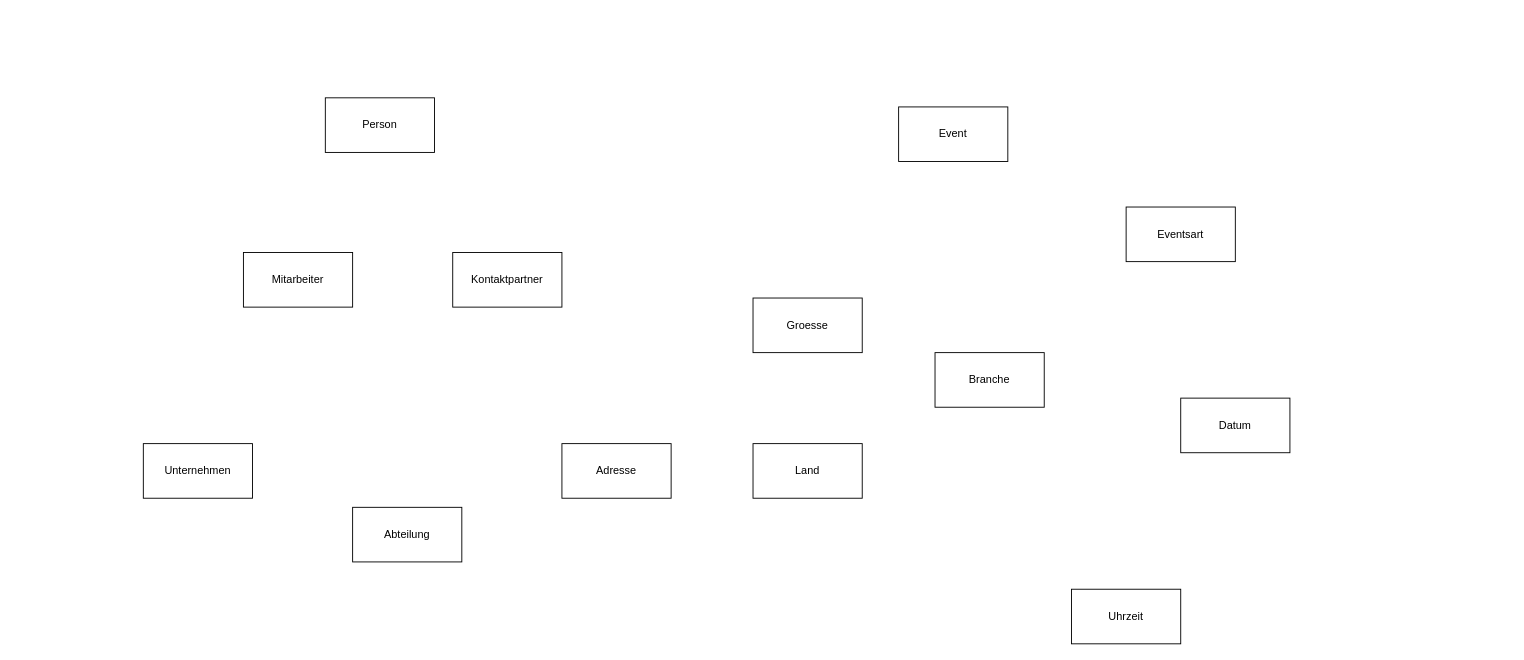
Meishencorona1/Calcy keeps this draw.io diagram as Untitled Diagram.drawio. Above is the earlier version. Source tidied: cells renumbered, new cells numbered last; positions are measured from the earlier drawing's top-left corner, leaving out a move shared by most shapes. Both pictures are drawn from the tidied source at 91%, with x=0, y=0 at pixel (143, 97).
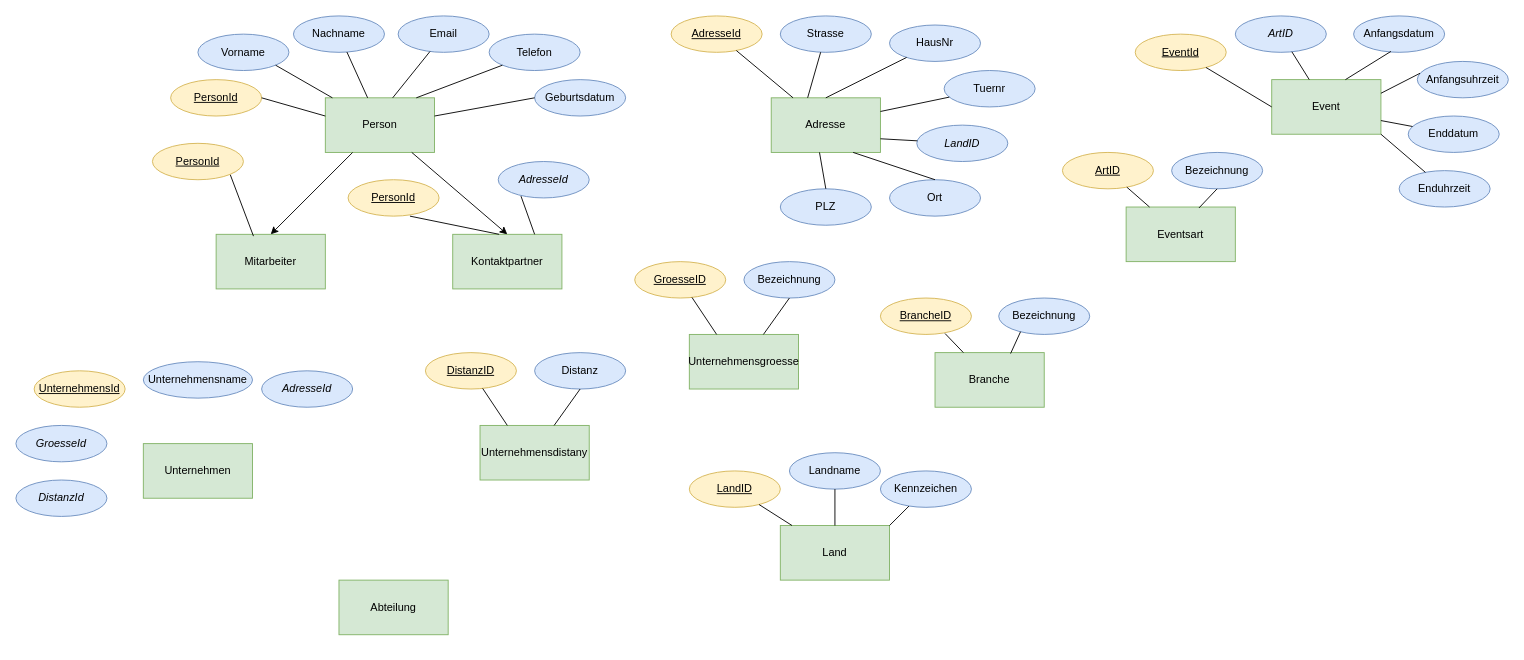
After the change.

What changed in the source:
```diff
@@
-    <mxCell id="2" value="Person" style="rounded=0;whiteSpace=wrap;html=1;" parent="1" vertex="1">
+    <mxCell id="2" value="Person" style="rounded=0;whiteSpace=wrap;html=1;fillColor=#d5e8d4;strokeColor=#82b366;" parent="1" vertex="1">
       <mxGeometry x="200" width="120" height="60" as="geometry" />
     </mxCell>
-    <mxCell id="3" value="Mitarbeiter" style="rounded=0;whiteSpace=wrap;html=1;" parent="1" vertex="1">
-      <mxGeometry x="110" y="170" width="120" height="60" as="geometry" />
+    <mxCell id="3" value="Mitarbeiter" style="rounded=0;whiteSpace=wrap;html=1;fillColor=#d5e8d4;strokeColor=#82b366;" parent="1" vertex="1">
+      <mxGeometry x="80" y="150" width="120" height="60" as="geometry" />
     </mxCell>
-    <mxCell id="4" value="Unternehmen" style="rounded=0;whiteSpace=wrap;html=1;" parent="1" vertex="1">
+    <mxCell id="4" value="Unternehmen" style="rounded=0;whiteSpace=wrap;html=1;fillColor=#d5e8d4;strokeColor=#82b366;" parent="1" vertex="1">
       <mxGeometry y="380" width="120" height="60" as="geometry" />
     </mxCell>
-    <mxCell id="5" value="Kontaktpartner" style="rounded=0;whiteSpace=wrap;html=1;" parent="1" vertex="1">
-      <mxGeometry x="340" y="170" width="120" height="60" as="geometry" />
+    <mxCell id="5" value="Kontaktpartner" style="rounded=0;whiteSpace=wrap;html=1;fillColor=#d5e8d4;strokeColor=#82b366;" parent="1" vertex="1">
+      <mxGeometry x="340" y="150" width="120" height="60" as="geometry" />
     </mxCell>
-    <mxCell id="6" value="Abteilung" style="whiteSpace=wrap;html=1;" parent="1" vertex="1">
-      <mxGeometry x="230" y="450" width="120" height="60" as="geometry" />
+    <mxCell id="6" value="Abteilung" style="whiteSpace=wrap;html=1;fillColor=#d5e8d4;strokeColor=#82b366;" parent="1" vertex="1">
+      <mxGeometry x="215" y="530" width="120" height="60" as="geometry" />
     </mxCell>
-    <mxCell id="7" value="Adresse" style="whiteSpace=wrap;html=1;" parent="1" vertex="1">
-      <mxGeometry x="460" y="380" width="120" height="60" as="geometry" />
+    <mxCell id="7" value="Adresse" style="whiteSpace=wrap;html=1;fillColor=#d5e8d4;strokeColor=#82b366;" parent="1" vertex="1">
+      <mxGeometry x="690" width="120" height="60" as="geometry" />
     </mxCell>
-    <mxCell id="8" value="Land" style="whiteSpace=wrap;html=1;" parent="1" vertex="1">
-      <mxGeometry x="670" y="380" width="120" height="60" as="geometry" />
+    <mxCell id="8" value="Land" style="whiteSpace=wrap;html=1;fillColor=#d5e8d4;strokeColor=#82b366;" parent="1" vertex="1">
+      <mxGeometry x="700" y="470" width="120" height="60" as="geometry" />
     </mxCell>
-    <mxCell id="9" value="Branche" style="whiteSpace=wrap;html=1;" parent="1" vertex="1">
+    <mxCell id="9" value="Branche" style="whiteSpace=wrap;html=1;fillColor=#d5e8d4;strokeColor=#82b366;" parent="1" vertex="1">
       <mxGeometry x="870" y="280" width="120" height="60" as="geometry" />
     </mxCell>
-    <mxCell id="10" value="Groesse" style="whiteSpace=wrap;html=1;" parent="1" vertex="1">
-      <mxGeometry x="670" y="220" width="120" height="60" as="geometry" />
+    <mxCell id="10" value="Unternehmensgroesse" style="whiteSpace=wrap;html=1;fillColor=#d5e8d4;strokeColor=#82b366;" parent="1" vertex="1">
+      <mxGeometry x="600" y="260" width="120" height="60" as="geometry" />
     </mxCell>
-    <mxCell id="11" value="Event" style="whiteSpace=wrap;html=1;" parent="1" vertex="1">
-      <mxGeometry x="830" y="10" width="120" height="60" as="geometry" />
+    <mxCell id="11" value="Event" style="whiteSpace=wrap;html=1;fillColor=#d5e8d4;strokeColor=#82b366;" parent="1" vertex="1">
+      <mxGeometry x="1240" y="-20" width="120" height="60" as="geometry" />
     </mxCell>
-    <mxCell id="12" value="Eventsart" style="whiteSpace=wrap;html=1;" parent="1" vertex="1">
+    <mxCell id="12" value="Eventsart" style="whiteSpace=wrap;html=1;fillColor=#d5e8d4;strokeColor=#82b366;" parent="1" vertex="1">
       <mxGeometry x="1080" y="120" width="120" height="60" as="geometry" />
     </mxCell>
-    <mxCell id="13" value="Datum" style="whiteSpace=wrap;html=1;" parent="1" vertex="1">
-      <mxGeometry x="1140" y="330" width="120" height="60" as="geometry" />
-    </mxCell>
-    <mxCell id="14" value="Uhrzeit" style="whiteSpace=wrap;html=1;" parent="1" vertex="1">
-      <mxGeometry x="1020" y="540" width="120" height="60" as="geometry" />
-    </mxCell>
+    <mxCell id="15" value="&lt;u&gt;PersonId&lt;/u&gt;" style="ellipse;whiteSpace=wrap;html=1;fillColor=#fff2cc;strokeColor=#d6b656;" parent="1" vertex="1">
+      <mxGeometry x="30" y="-20" width="100" height="40" as="geometry" />
+    </mxCell>
+    <mxCell id="16" value="Vorname" style="ellipse;whiteSpace=wrap;html=1;fillColor=#dae8fc;strokeColor=#6c8ebf;" parent="1" vertex="1">
+      <mxGeometry x="60" y="-70" width="100" height="40" as="geometry" />
+    </mxCell>
+    <mxCell id="17" value="Nachname" style="ellipse;whiteSpace=wrap;html=1;fillColor=#dae8fc;strokeColor=#6c8ebf;" parent="1" vertex="1">
+      <mxGeometry x="165" y="-90" width="100" height="40" as="geometry" />
+    </mxCell>
+    <mxCell id="18" value="&lt;u&gt;PersonId&lt;/u&gt;" style="ellipse;whiteSpace=wrap;html=1;fillColor=#fff2cc;strokeColor=#d6b656;" parent="1" vertex="1">
+      <mxGeometry x="225" y="90" width="100" height="40" as="geometry" />
+    </mxCell>
+    <mxCell id="19" value="Email" style="ellipse;whiteSpace=wrap;html=1;fillColor=#dae8fc;strokeColor=#6c8ebf;" parent="1" vertex="1">
+      <mxGeometry x="280" y="-90" width="100" height="40" as="geometry" />
+    </mxCell>
+    <mxCell id="20" value="Telefon" style="ellipse;whiteSpace=wrap;html=1;fillColor=#dae8fc;strokeColor=#6c8ebf;" parent="1" vertex="1">
+      <mxGeometry x="380" y="-70" width="100" height="40" as="geometry" />
+    </mxCell>
+    <mxCell id="21" value="Geburtsdatum" style="ellipse;whiteSpace=wrap;html=1;fillColor=#dae8fc;strokeColor=#6c8ebf;" parent="1" vertex="1">
+      <mxGeometry x="430" y="-20" width="100" height="40" as="geometry" />
+    </mxCell>
+    <mxCell id="22" value="&lt;i&gt;AdresseId&lt;/i&gt;" style="ellipse;whiteSpace=wrap;html=1;fillColor=#dae8fc;strokeColor=#6c8ebf;" parent="1" vertex="1">
+      <mxGeometry x="390" y="70" width="100" height="40" as="geometry" />
+    </mxCell>
+    <mxCell id="23" style="endArrow=none;html=1;rounded=0;exitX=1;exitY=0.5;exitDx=0;exitDy=0;" parent="1" edge="1" source="15">
+      <mxGeometry relative="1" as="geometry">
+        <mxPoint x="200" y="20" as="targetPoint" />
+      </mxGeometry>
+    </mxCell>
+    <mxCell id="24" style="endArrow=none;html=1;rounded=0;exitX=1;exitY=1;exitDx=0;exitDy=0;" parent="1" edge="1" source="16" target="2">
+      <mxGeometry relative="1" as="geometry" />
+    </mxCell>
+    <mxCell id="25" style="endArrow=none;html=1;rounded=0;" parent="1" edge="1" source="17" target="2">
+      <mxGeometry relative="1" as="geometry" />
+    </mxCell>
+    <mxCell id="26" style="endArrow=none;html=1;rounded=0;entryX=0.617;entryY=0;entryDx=0;entryDy=0;entryPerimeter=0;" parent="1" edge="1" source="19" target="2">
+      <mxGeometry relative="1" as="geometry" />
+    </mxCell>
+    <mxCell id="27" style="endArrow=none;html=1;rounded=0;entryX=0;entryY=1;entryDx=0;entryDy=0;" parent="1" edge="1" target="20">
+      <mxGeometry relative="1" as="geometry">
+        <mxPoint x="300" as="sourcePoint" />
+      </mxGeometry>
+    </mxCell>
+    <mxCell id="28" style="endArrow=none;html=1;rounded=0;entryX=0;entryY=0.5;entryDx=0;entryDy=0;" parent="1" edge="1" target="21">
+      <mxGeometry relative="1" as="geometry">
+        <mxPoint x="320" y="20" as="sourcePoint" />
+      </mxGeometry>
+    </mxCell>
+    <mxCell id="29" value="&lt;u&gt;AdresseId&lt;/u&gt;" style="ellipse;whiteSpace=wrap;html=1;fillColor=#fff2cc;strokeColor=#d6b656;" parent="1" vertex="1">
+      <mxGeometry x="580" y="-90" width="100" height="40" as="geometry" />
+    </mxCell>
+    <mxCell id="30" value="Strasse" style="ellipse;whiteSpace=wrap;html=1;fillColor=#dae8fc;strokeColor=#6c8ebf;" parent="1" vertex="1">
+      <mxGeometry x="700" y="-90" width="100" height="40" as="geometry" />
+    </mxCell>
+    <mxCell id="31" value="HausNr" style="ellipse;whiteSpace=wrap;html=1;fillColor=#dae8fc;strokeColor=#6c8ebf;" parent="1" vertex="1">
+      <mxGeometry x="820" y="-80" width="100" height="40" as="geometry" />
+    </mxCell>
+    <mxCell id="32" value="Tuernr" style="ellipse;whiteSpace=wrap;html=1;fillColor=#dae8fc;strokeColor=#6c8ebf;" parent="1" vertex="1">
+      <mxGeometry x="880" y="-30" width="100" height="40" as="geometry" />
+    </mxCell>
+    <mxCell id="33" value="PLZ" style="ellipse;whiteSpace=wrap;html=1;fillColor=#dae8fc;strokeColor=#6c8ebf;" parent="1" vertex="1">
+      <mxGeometry x="700" y="100" width="100" height="40" as="geometry" />
+    </mxCell>
+    <mxCell id="34" value="Ort" style="ellipse;whiteSpace=wrap;html=1;fillColor=#dae8fc;strokeColor=#6c8ebf;" parent="1" vertex="1">
+      <mxGeometry x="820" y="90" width="100" height="40" as="geometry" />
+    </mxCell>
+    <mxCell id="35" value="&lt;i&gt;LandID&lt;/i&gt;" style="ellipse;whiteSpace=wrap;html=1;fillColor=#dae8fc;strokeColor=#6c8ebf;" parent="1" vertex="1">
+      <mxGeometry x="850" y="30" width="100" height="40" as="geometry" />
+    </mxCell>
+    <mxCell id="36" value="&lt;u&gt;GroesseID&lt;/u&gt;" style="ellipse;whiteSpace=wrap;html=1;fillColor=#fff2cc;strokeColor=#d6b656;" parent="1" vertex="1">
+      <mxGeometry x="540" y="180" width="100" height="40" as="geometry" />
+    </mxCell>
+    <mxCell id="37" value="Bezeichnung" style="ellipse;whiteSpace=wrap;html=1;fillColor=#dae8fc;strokeColor=#6c8ebf;" parent="1" vertex="1">
+      <mxGeometry x="660" y="180" width="100" height="40" as="geometry" />
+    </mxCell>
+    <mxCell id="38" style="endArrow=none;html=1;rounded=0;" parent="1" edge="1" source="7" target="29">
+      <mxGeometry relative="1" as="geometry" />
+    </mxCell>
+    <mxCell id="39" style="endArrow=none;html=1;rounded=0;" parent="1" edge="1" target="30">
+      <mxGeometry relative="1" as="geometry">
+        <mxPoint x="730" as="sourcePoint" />
+      </mxGeometry>
+    </mxCell>
+    <mxCell id="40" style="endArrow=none;html=1;rounded=0;exitX=0.5;exitY=0;exitDx=0;exitDy=0;" parent="1" edge="1" source="7" target="31">
+      <mxGeometry relative="1" as="geometry" />
+    </mxCell>
+    <mxCell id="41" style="endArrow=none;html=1;rounded=0;exitX=1;exitY=0.25;exitDx=0;exitDy=0;" parent="1" edge="1" source="7" target="32">
+      <mxGeometry relative="1" as="geometry" />
+    </mxCell>
+    <mxCell id="42" style="endArrow=none;html=1;rounded=0;entryX=1;entryY=0.75;entryDx=0;entryDy=0;" parent="1" edge="1" source="35" target="7">
+      <mxGeometry relative="1" as="geometry" />
+    </mxCell>
+    <mxCell id="43" style="endArrow=none;html=1;rounded=0;exitX=0.5;exitY=0;exitDx=0;exitDy=0;entryX=0.442;entryY=1;entryDx=0;entryDy=0;entryPerimeter=0;" parent="1" edge="1" source="33" target="7">
+      <mxGeometry relative="1" as="geometry" />
+    </mxCell>
+    <mxCell id="44" style="endArrow=none;html=1;rounded=0;exitX=0.5;exitY=0;exitDx=0;exitDy=0;entryX=0.75;entryY=1;entryDx=0;entryDy=0;" parent="1" edge="1" source="34" target="7">
+      <mxGeometry relative="1" as="geometry" />
+    </mxCell>
+    <mxCell id="45" style="endArrow=none;html=1;rounded=0;exitX=0.25;exitY=0;exitDx=0;exitDy=0;" parent="1" edge="1" source="10" target="36">
+      <mxGeometry relative="1" as="geometry" />
+    </mxCell>
+    <mxCell id="46" style="endArrow=none;html=1;rounded=0;entryX=0.5;entryY=1;entryDx=0;entryDy=0;" parent="1" edge="1" source="10" target="37">
+      <mxGeometry relative="1" as="geometry" />
+    </mxCell>
+    <mxCell id="47" style="endArrow=none;html=1;rounded=0;entryX=1;entryY=1;entryDx=0;entryDy=0;exitX=0.342;exitY=0.033;exitDx=0;exitDy=0;exitPerimeter=0;" parent="1" edge="1" source="3">
+      <mxGeometry relative="1" as="geometry">
+        <mxPoint x="95.4" y="84.1" as="targetPoint" />
+      </mxGeometry>
+    </mxCell>
+    <mxCell id="48" style="endArrow=none;html=1;rounded=0;exitX=0.425;exitY=0;exitDx=0;exitDy=0;exitPerimeter=0;entryX=0.68;entryY=1;entryDx=0;entryDy=0;entryPerimeter=0;" parent="1" edge="1" source="5" target="18">
+      <mxGeometry relative="1" as="geometry" />
+    </mxCell>
+    <mxCell id="49" style="endArrow=none;html=1;rounded=0;exitX=0.75;exitY=0;exitDx=0;exitDy=0;entryX=0.25;entryY=0.95;entryDx=0;entryDy=0;entryPerimeter=0;" parent="1" edge="1" source="5" target="22">
+      <mxGeometry relative="1" as="geometry" />
+    </mxCell>
+    <mxCell id="50" value="&lt;u&gt;LandID&lt;/u&gt;" style="ellipse;whiteSpace=wrap;html=1;fillColor=#fff2cc;strokeColor=#d6b656;" parent="1" vertex="1">
+      <mxGeometry x="600" y="410" width="100" height="40" as="geometry" />
+    </mxCell>
+    <mxCell id="51" value="Landname" style="ellipse;whiteSpace=wrap;html=1;fillColor=#dae8fc;strokeColor=#6c8ebf;" parent="1" vertex="1">
+      <mxGeometry x="710" y="390" width="100" height="40" as="geometry" />
+    </mxCell>
+    <mxCell id="52" value="Kennzeichen" style="ellipse;whiteSpace=wrap;html=1;fillColor=#dae8fc;strokeColor=#6c8ebf;" parent="1" vertex="1">
+      <mxGeometry x="810" y="410" width="100" height="40" as="geometry" />
+    </mxCell>
+    <mxCell id="53" value="&lt;u&gt;BrancheID&lt;/u&gt;" style="ellipse;whiteSpace=wrap;html=1;fillColor=#fff2cc;strokeColor=#d6b656;" parent="1" vertex="1">
+      <mxGeometry x="810" y="220" width="100" height="40" as="geometry" />
+    </mxCell>
+    <mxCell id="54" value="Bezeichnung" style="ellipse;whiteSpace=wrap;html=1;fillColor=#dae8fc;strokeColor=#6c8ebf;" parent="1" vertex="1">
+      <mxGeometry x="940" y="220" width="100" height="40" as="geometry" />
+    </mxCell>
+    <mxCell id="55" value="&lt;u&gt;ArtID&lt;/u&gt;" style="ellipse;whiteSpace=wrap;html=1;fillColor=#fff2cc;strokeColor=#d6b656;" parent="1" vertex="1">
+      <mxGeometry x="1010" y="60" width="100" height="40" as="geometry" />
+    </mxCell>
+    <mxCell id="56" style="endArrow=classic;html=1;rounded=0;entryX=0.5;entryY=0;entryDx=0;entryDy=0;" parent="1" edge="1" source="2" target="3">
+      <mxGeometry relative="1" as="geometry" />
+    </mxCell>
+    <mxCell id="57" style="endArrow=classic;html=1;rounded=0;entryX=0.5;entryY=0;entryDx=0;entryDy=0;" parent="1" edge="1" source="2" target="5">
+      <mxGeometry relative="1" as="geometry" />
+    </mxCell>
+    <mxCell id="58" style="endArrow=none;html=1;rounded=0;entryX=0.71;entryY=0.975;entryDx=0;entryDy=0;entryPerimeter=0;" parent="1" edge="1" source="9" target="53">
+      <mxGeometry relative="1" as="geometry" />
+    </mxCell>
+    <mxCell id="59" style="endArrow=none;html=1;rounded=0;entryX=0.24;entryY=0.925;entryDx=0;entryDy=0;exitX=0.692;exitY=0.017;exitDx=0;exitDy=0;exitPerimeter=0;entryPerimeter=0;" parent="1" edge="1" source="9" target="54">
+      <mxGeometry relative="1" as="geometry" />
+    </mxCell>
+    <mxCell id="60" style="endArrow=none;html=1;rounded=0;" parent="1" edge="1" source="8" target="50">
+      <mxGeometry relative="1" as="geometry" />
+    </mxCell>
+    <mxCell id="61" style="endArrow=none;html=1;rounded=0;exitX=0.5;exitY=0;exitDx=0;exitDy=0;" parent="1" edge="1" source="8" target="51">
+      <mxGeometry relative="1" as="geometry" />
+    </mxCell>
+    <mxCell id="62" style="endArrow=none;html=1;rounded=0;exitX=1;exitY=0;exitDx=0;exitDy=0;" parent="1" edge="1" source="8" target="52">
+      <mxGeometry relative="1" as="geometry" />
+    </mxCell>
+    <mxCell id="63" value="Bezeichnung" style="ellipse;whiteSpace=wrap;html=1;fillColor=#dae8fc;strokeColor=#6c8ebf;" parent="1" vertex="1">
+      <mxGeometry x="1130" y="60" width="100" height="40" as="geometry" />
+    </mxCell>
+    <mxCell id="64" value="&lt;u&gt;EventId&lt;/u&gt;" style="ellipse;whiteSpace=wrap;html=1;fillColor=#fff2cc;strokeColor=#d6b656;" parent="1" vertex="1">
+      <mxGeometry x="1090" y="-70" width="100" height="40" as="geometry" />
+    </mxCell>
+    <mxCell id="65" value="&lt;i&gt;ArtID&lt;/i&gt;" style="ellipse;whiteSpace=wrap;html=1;fillColor=#dae8fc;strokeColor=#6c8ebf;" parent="1" vertex="1">
+      <mxGeometry x="1200" y="-90" width="100" height="40" as="geometry" />
+    </mxCell>
+    <mxCell id="66" value="Anfangsdatum" style="ellipse;whiteSpace=wrap;html=1;fillColor=#dae8fc;strokeColor=#6c8ebf;" parent="1" vertex="1">
+      <mxGeometry x="1330" y="-90" width="100" height="40" as="geometry" />
+    </mxCell>
+    <mxCell id="67" value="Anfangsuhrzeit" style="ellipse;whiteSpace=wrap;html=1;fillColor=#dae8fc;strokeColor=#6c8ebf;" parent="1" vertex="1">
+      <mxGeometry x="1400" y="-40" width="100" height="40" as="geometry" />
+    </mxCell>
+    <mxCell id="68" value="Enddatum" style="ellipse;whiteSpace=wrap;html=1;fillColor=#dae8fc;strokeColor=#6c8ebf;" parent="1" vertex="1">
+      <mxGeometry x="1390" y="20" width="100" height="40" as="geometry" />
+    </mxCell>
+    <mxCell id="69" value="Enduhrzeit" style="ellipse;whiteSpace=wrap;html=1;fillColor=#dae8fc;strokeColor=#6c8ebf;" parent="1" vertex="1">
+      <mxGeometry x="1380" y="80" width="100" height="40" as="geometry" />
+    </mxCell>
+    <mxCell id="70" style="endArrow=none;html=1;rounded=0;exitX=0;exitY=0.5;exitDx=0;exitDy=0;" parent="1" edge="1" source="11" target="64">
+      <mxGeometry relative="1" as="geometry" />
+    </mxCell>
+    <mxCell id="71" style="endArrow=none;html=1;rounded=0;" parent="1" edge="1" source="11" target="65">
+      <mxGeometry relative="1" as="geometry" />
+    </mxCell>
+    <mxCell id="72" style="endArrow=none;html=1;rounded=0;exitX=0.675;exitY=0;exitDx=0;exitDy=0;entryX=0.41;entryY=0.975;entryDx=0;entryDy=0;entryPerimeter=0;exitPerimeter=0;" parent="1" edge="1" source="11" target="66">
+      <mxGeometry relative="1" as="geometry" />
+    </mxCell>
+    <mxCell id="73" style="endArrow=none;html=1;rounded=0;exitX=1;exitY=0.25;exitDx=0;exitDy=0;entryX=0.03;entryY=0.325;entryDx=0;entryDy=0;entryPerimeter=0;" parent="1" edge="1" source="11" target="67">
+      <mxGeometry relative="1" as="geometry" />
+    </mxCell>
+    <mxCell id="74" style="endArrow=none;html=1;rounded=0;exitX=1;exitY=0.75;exitDx=0;exitDy=0;" parent="1" edge="1" source="11" target="68">
+      <mxGeometry relative="1" as="geometry" />
+    </mxCell>
+    <mxCell id="75" style="endArrow=none;html=1;rounded=0;entryX=1;entryY=1;entryDx=0;entryDy=0;" parent="1" edge="1" source="69" target="11">
+      <mxGeometry relative="1" as="geometry" />
+    </mxCell>
+    <mxCell id="76" style="endArrow=none;html=1;rounded=0;" parent="1" edge="1" source="12" target="55">
+      <mxGeometry relative="1" as="geometry" />
+    </mxCell>
+    <mxCell id="77" style="endArrow=none;html=1;rounded=0;exitX=0.667;exitY=0.017;exitDx=0;exitDy=0;entryX=0.5;entryY=1;entryDx=0;entryDy=0;exitPerimeter=0;" parent="1" edge="1" source="12" target="63">
+      <mxGeometry relative="1" as="geometry" />
+    </mxCell>
+    <mxCell id="78" value="&lt;u&gt;PersonId&lt;/u&gt;" style="ellipse;whiteSpace=wrap;html=1;fillColor=#fff2cc;strokeColor=#d6b656;" parent="1" vertex="1">
+      <mxGeometry x="10" y="50" width="100" height="40" as="geometry" />
+    </mxCell>
+    <mxCell id="79" value="&lt;u&gt;UnternehmensId&lt;/u&gt;" style="ellipse;whiteSpace=wrap;html=1;fillColor=#fff2cc;strokeColor=#d6b656;" parent="1" vertex="1">
+      <mxGeometry x="-120" y="300" width="100" height="40" as="geometry" />
+    </mxCell>
+    <mxCell id="80" value="Unternehmensname" style="ellipse;whiteSpace=wrap;html=1;fillColor=#dae8fc;strokeColor=#6c8ebf;" parent="1" vertex="1">
+      <mxGeometry y="290" width="120" height="40" as="geometry" />
+    </mxCell>
+    <mxCell id="81" value="&lt;i&gt;AdresseId&lt;/i&gt;" style="ellipse;whiteSpace=wrap;html=1;fillColor=#dae8fc;strokeColor=#6c8ebf;" parent="1" vertex="1">
+      <mxGeometry x="130" y="300" width="100" height="40" as="geometry" />
+    </mxCell>
+    <mxCell id="82" value="Unternehmensdistany" style="whiteSpace=wrap;html=1;fillColor=#d5e8d4;strokeColor=#82b366;" parent="1" vertex="1">
+      <mxGeometry x="370" y="360" width="120" height="60" as="geometry" />
+    </mxCell>
+    <mxCell id="83" value="&lt;u&gt;DistanzID&lt;/u&gt;" style="ellipse;whiteSpace=wrap;html=1;fillColor=#fff2cc;strokeColor=#d6b656;" parent="1" vertex="1">
+      <mxGeometry x="310" y="280" width="100" height="40" as="geometry" />
+    </mxCell>
+    <mxCell id="84" value="Distanz" style="ellipse;whiteSpace=wrap;html=1;fillColor=#dae8fc;strokeColor=#6c8ebf;" parent="1" vertex="1">
+      <mxGeometry x="430" y="280" width="100" height="40" as="geometry" />
+    </mxCell>
+    <mxCell id="85" style="endArrow=none;html=1;rounded=0;exitX=0.25;exitY=0;exitDx=0;exitDy=0;" parent="1" edge="1" source="82" target="83">
+      <mxGeometry relative="1" as="geometry" />
+    </mxCell>
+    <mxCell id="86" style="endArrow=none;html=1;rounded=0;entryX=0.5;entryY=1;entryDx=0;entryDy=0;" parent="1" edge="1" source="82" target="84">
+      <mxGeometry relative="1" as="geometry" />
+    </mxCell>
+    <mxCell id="87" value="&lt;i&gt;DistanzId&lt;/i&gt;" style="ellipse;whiteSpace=wrap;html=1;fillColor=#dae8fc;strokeColor=#6c8ebf;" parent="1" vertex="1">
+      <mxGeometry x="-140" y="420" width="100" height="40" as="geometry" />
+    </mxCell>
+    <mxCell id="88" value="&lt;i&gt;GroesseId&lt;/i&gt;" style="ellipse;whiteSpace=wrap;html=1;fillColor=#dae8fc;strokeColor=#6c8ebf;" parent="1" vertex="1">
+      <mxGeometry x="-140" y="360" width="100" height="40" as="geometry" />
+    </mxCell>
```
